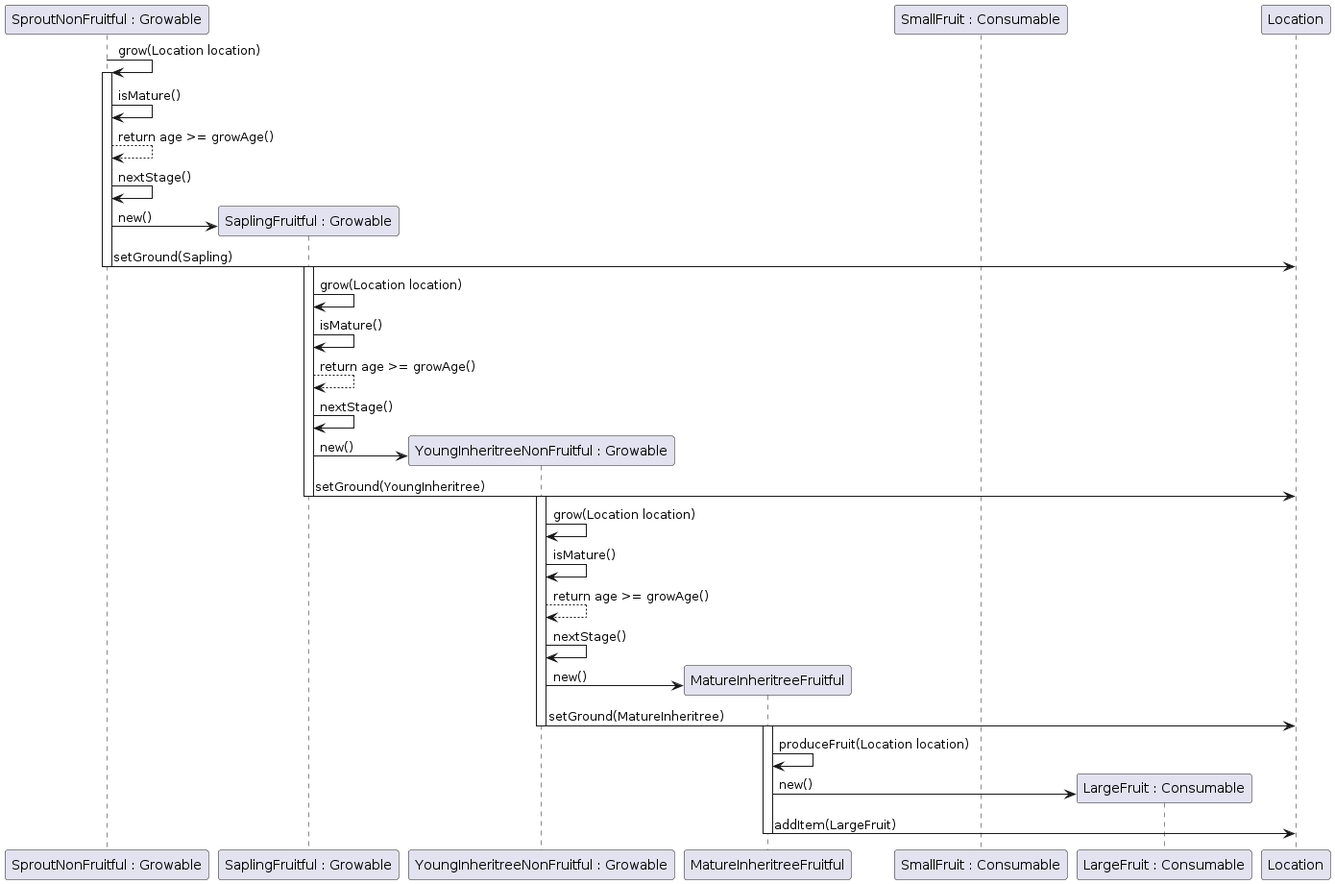
Above: docs/design/assignment3/req04_uml_seq.png in BryanChow0112/StaticFactory (PlantUML), before the change. Source of this version:
```plantuml
@startuml
participant "SproutNonFruitful : Growable" as Sprout
participant "SaplingFruitful : Growable" as Sapling
participant "YoungInheritreeNonFruitful : Growable" as YoungInheritree
participant "MatureInheritreeFruitful" as MatureInheritree
participant "SmallFruit : Consumable" as SmallFruit
participant "LargeFruit : Consumable" as LargeFruit

Sprout -> Sprout: grow(Location location)
activate Sprout
Sprout -> Sprout: isMature()
Sprout --> Sprout: return age >= growAge()
Sprout -> Sprout: nextStage()
create Sapling
Sprout -> Sapling: new()
Sprout -> Location: setGround(Sapling)
deactivate Sprout
activate Sapling
Sapling -> Sapling: grow(Location location)
Sapling -> Sapling: isMature()
Sapling --> Sapling: return age >= growAge()
Sapling -> Sapling: nextStage()
create YoungInheritree
Sapling -> YoungInheritree: new()
Sapling -> Location: setGround(YoungInheritree)
deactivate Sapling
activate YoungInheritree
YoungInheritree -> YoungInheritree: grow(Location location)
YoungInheritree -> YoungInheritree: isMature()
YoungInheritree --> YoungInheritree: return age >= growAge()
YoungInheritree -> YoungInheritree: nextStage()
create MatureInheritree
YoungInheritree -> MatureInheritree: new()
YoungInheritree -> Location: setGround(MatureInheritree)
deactivate YoungInheritree
activate MatureInheritree
MatureInheritree -> MatureInheritree: produceFruit(Location location)
create LargeFruit
MatureInheritree -> LargeFruit: new()
MatureInheritree -> Location: addItem(LargeFruit)
deactivate MatureInheritree
@enduml
```
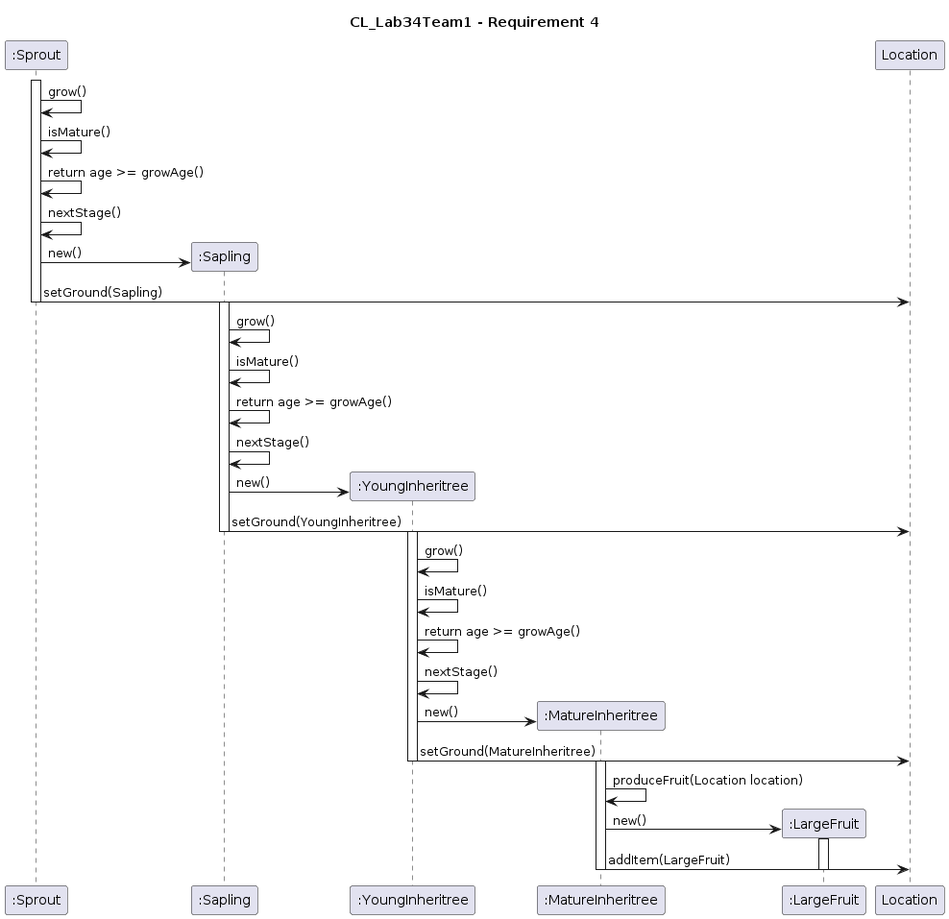
The same file after the commit.

Commit message:
Req 4 Inheritree Finished JavaDoc

Change to the diagram source:
```diff
@@ -1,42 +1,53 @@
 @startuml
-participant "SproutNonFruitful : Growable" as Sprout
-participant "SaplingFruitful : Growable" as Sapling
-participant "YoungInheritreeNonFruitful : Growable" as YoungInheritree
-participant "MatureInheritreeFruitful" as MatureInheritree
-participant "SmallFruit : Consumable" as SmallFruit
-participant "LargeFruit : Consumable" as LargeFruit
+title CL_Lab34Team1 - Requirement 4
 
-Sprout -> Sprout: grow(Location location)
+participant ":Sprout" as Sprout
+participant ":Sapling" as Sapling
+participant ":YoungInheritree" as YoungInheritree
+participant ":MatureInheritree" as MatureInheritree
+participant ":LargeFruit" as LargeFruit
+participant Location
+
 activate Sprout
+Sprout -> Sprout: grow()
 Sprout -> Sprout: isMature()
-Sprout --> Sprout: return age >= growAge()
+Sprout -> Sprout: return age >= growAge()
 Sprout -> Sprout: nextStage()
+
 create Sapling
 Sprout -> Sapling: new()
 Sprout -> Location: setGround(Sapling)
 deactivate Sprout
 activate Sapling
-Sapling -> Sapling: grow(Location location)
+
+Sapling -> Sapling: grow()
 Sapling -> Sapling: isMature()
-Sapling --> Sapling: return age >= growAge()
+Sapling -> Sapling: return age >= growAge()
 Sapling -> Sapling: nextStage()
+
 create YoungInheritree
 Sapling -> YoungInheritree: new()
 Sapling -> Location: setGround(YoungInheritree)
 deactivate Sapling
 activate YoungInheritree
-YoungInheritree -> YoungInheritree: grow(Location location)
+
+YoungInheritree -> YoungInheritree: grow()
 YoungInheritree -> YoungInheritree: isMature()
-YoungInheritree --> YoungInheritree: return age >= growAge()
+YoungInheritree -> YoungInheritree: return age >= growAge()
 YoungInheritree -> YoungInheritree: nextStage()
+
 create MatureInheritree
 YoungInheritree -> MatureInheritree: new()
 YoungInheritree -> Location: setGround(MatureInheritree)
 deactivate YoungInheritree
 activate MatureInheritree
+
 MatureInheritree -> MatureInheritree: produceFruit(Location location)
+
 create LargeFruit
 MatureInheritree -> LargeFruit: new()
+activate LargeFruit
 MatureInheritree -> Location: addItem(LargeFruit)
+deactivate LargeFruit
 deactivate MatureInheritree
 @enduml
```
